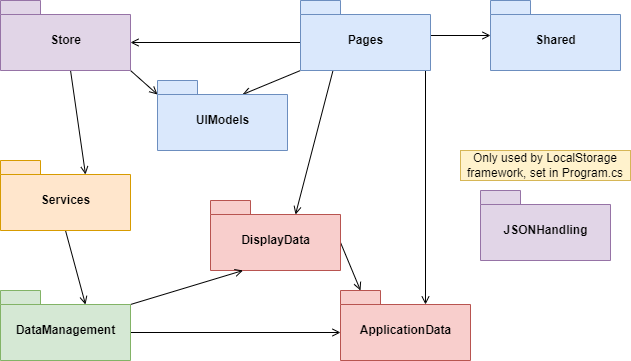
This is doc/img/Architecture_overview.png from DuplosFidibuss/academic-time-planner, a draw.io export, as it was before one commit. Source tidied: cells renumbered, new cells last; positions are measured from the earlier drawing's top-left corner, leaving out a move shared by most shapes.
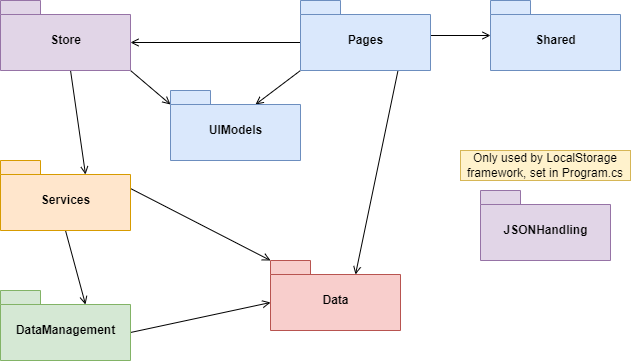
The same file after the commit.

Diff of the diagram source:
```diff
@@ -2,18 +2,9 @@
   <root>
     <mxCell id="0" />
     <mxCell id="1" parent="0" />
-    <mxCell id="2" style="edgeStyle=none;rounded=0;jettySize=auto;html=1;exitX=0;exitY=0;exitDx=130;exitDy=42;exitPerimeter=0;entryX=0;entryY=0;entryDx=20;entryDy=0;entryPerimeter=0;endArrow=open;endFill=0;" parent="1" edge="1" source="3" target="19">
-      <mxGeometry relative="1" as="geometry" />
-    </mxCell>
-    <mxCell id="3" value="DisplayData" style="shape=folder;fontStyle=1;spacingTop=10;tabWidth=40;tabHeight=14;tabPosition=left;html=1;fillColor=#f8cecc;strokeColor=#b85450;" parent="1" vertex="1">
-      <mxGeometry x="210" y="200" width="130" height="70" as="geometry" />
-    </mxCell>
     <mxCell id="4" style="edgeStyle=none;rounded=0;jettySize=auto;html=1;exitX=0;exitY=0;exitDx=130;exitDy=42;exitPerimeter=0;entryX=0;entryY=0;entryDx=0;entryDy=42;entryPerimeter=0;endArrow=open;endFill=0;" parent="1" edge="1" source="6" target="19">
       <mxGeometry relative="1" as="geometry" />
     </mxCell>
-    <mxCell id="5" style="rounded=0;jettySize=auto;html=1;exitX=0;exitY=0;exitDx=130;exitDy=14;exitPerimeter=0;entryX=0.25;entryY=1;entryDx=0;entryDy=0;entryPerimeter=0;endArrow=open;endFill=0;" parent="1" edge="1" source="6" target="3">
-      <mxGeometry relative="1" as="geometry" />
-    </mxCell>
     <mxCell id="6" value="DataManagement" style="shape=folder;fontStyle=1;spacingTop=10;tabWidth=40;tabHeight=14;tabPosition=left;html=1;fillColor=#d5e8d4;strokeColor=#82b366;" parent="1" vertex="1">
       <mxGeometry y="290" width="130" height="70" as="geometry" />
     </mxCell>
@@ -26,15 +17,8 @@
     <mxCell id="9" style="edgeStyle=orthogonalEdgeStyle;rounded=0;jettySize=auto;html=1;exitX=0;exitY=0;exitDx=0;exitDy=42;exitPerimeter=0;entryX=0;entryY=0;entryDx=130;entryDy=42;entryPerimeter=0;endArrow=open;endFill=0;" parent="1" edge="1" source="13" target="18">
       <mxGeometry relative="1" as="geometry" />
     </mxCell>
-    <mxCell id="10" style="rounded=0;jettySize=auto;html=1;exitX=0.25;exitY=1;exitDx=0;exitDy=0;exitPerimeter=0;entryX=0;entryY=0;entryDx=85;entryDy=14;entryPerimeter=0;endArrow=open;endFill=0;" parent="1" edge="1" source="13" target="3">
-      <mxGeometry relative="1" as="geometry" />
-    </mxCell>
-    <mxCell id="11" style="edgeStyle=orthogonalEdgeStyle;rounded=0;jettySize=auto;html=1;exitX=0.75;exitY=1;exitDx=0;exitDy=0;exitPerimeter=0;entryX=0;entryY=0;entryDx=85;entryDy=14;entryPerimeter=0;endArrow=open;endFill=0;" parent="1" edge="1" source="13" target="19">
-      <mxGeometry relative="1" as="geometry">
-        <Array as="points">
-          <mxPoint x="425" y="70" />
-        </Array>
-      </mxGeometry>
+    <mxCell id="11" style="rounded=0;jettySize=auto;html=1;exitX=0.75;exitY=1;exitDx=0;exitDy=0;exitPerimeter=0;entryX=0;entryY=0;entryDx=85;entryDy=14;entryPerimeter=0;endArrow=open;endFill=0;" parent="1" edge="1" source="13" target="19">
+      <mxGeometry relative="1" as="geometry" />
     </mxCell>
     <mxCell id="12" style="edgeStyle=none;rounded=0;jettySize=auto;html=1;exitX=0;exitY=0;exitDx=0;exitDy=70;exitPerimeter=0;entryX=0;entryY=0;entryDx=85;entryDy=14;entryPerimeter=0;endArrow=open;endFill=0;" parent="1" edge="1" source="13" target="22">
       <mxGeometry relative="1" as="geometry" />
@@ -45,6 +29,9 @@
     <mxCell id="14" style="edgeStyle=none;rounded=0;jettySize=auto;html=1;exitX=0.5;exitY=1;exitDx=0;exitDy=0;exitPerimeter=0;entryX=0;entryY=0;entryDx=85;entryDy=14;entryPerimeter=0;endArrow=open;endFill=0;" parent="1" edge="1" source="15" target="6">
       <mxGeometry relative="1" as="geometry" />
     </mxCell>
+    <mxCell id="23" style="rounded=0;jettySize=auto;html=1;exitX=0;exitY=0;exitDx=130;exitDy=28;exitPerimeter=0;entryX=0;entryY=0;entryDx=0;entryDy=0;entryPerimeter=0;endArrow=open;endFill=0;" parent="1" edge="1" source="15" target="19">
+      <mxGeometry relative="1" as="geometry" />
+    </mxCell>
     <mxCell id="15" value="Services" style="shape=folder;fontStyle=1;spacingTop=10;tabWidth=40;tabHeight=14;tabPosition=left;html=1;fillColor=#ffe6cc;strokeColor=#d79b00;" parent="1" vertex="1">
       <mxGeometry y="160" width="130" height="70" as="geometry" />
     </mxCell>
@@ -57,8 +44,8 @@
     <mxCell id="18" value="Store" style="shape=folder;fontStyle=1;spacingTop=10;tabWidth=40;tabHeight=14;tabPosition=left;html=1;fillColor=#e1d5e7;strokeColor=#9673a6;" parent="1" vertex="1">
       <mxGeometry width="130" height="70" as="geometry" />
     </mxCell>
-    <mxCell id="19" value="ApplicationData" style="shape=folder;fontStyle=1;spacingTop=10;tabWidth=40;tabHeight=14;tabPosition=left;html=1;fillColor=#f8cecc;strokeColor=#b85450;" parent="1" vertex="1">
-      <mxGeometry x="340" y="290" width="130" height="70" as="geometry" />
+    <mxCell id="19" value="Data" style="shape=folder;fontStyle=1;spacingTop=10;tabWidth=40;tabHeight=14;tabPosition=left;html=1;fillColor=#f8cecc;strokeColor=#b85450;" parent="1" vertex="1">
+      <mxGeometry x="270" y="260" width="130" height="70" as="geometry" />
     </mxCell>
     <mxCell id="20" value="JSONHandling" style="shape=folder;fontStyle=1;spacingTop=10;tabWidth=40;tabHeight=14;tabPosition=left;html=1;fillColor=#e1d5e7;strokeColor=#9673a6;" parent="1" vertex="1">
       <mxGeometry x="480" y="190" width="130" height="70" as="geometry" />
@@ -67,7 +54,7 @@
       <mxGeometry x="460" y="150" width="170" height="30" as="geometry" />
     </mxCell>
     <mxCell id="22" value="UIModels" style="shape=folder;fontStyle=1;spacingTop=10;tabWidth=40;tabHeight=14;tabPosition=left;html=1;fillColor=#dae8fc;strokeColor=#6c8ebf;" parent="1" vertex="1">
-      <mxGeometry x="157" y="80" width="130" height="70" as="geometry" />
+      <mxGeometry x="170" y="90" width="130" height="70" as="geometry" />
     </mxCell>
   </root>
 </mxGraphModel>
```
